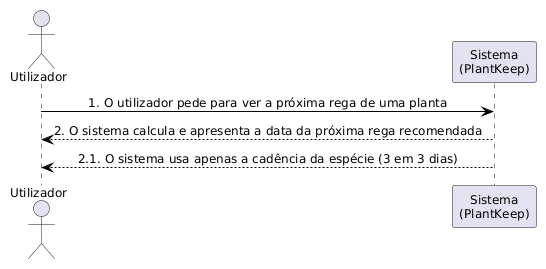
This is .docs/diagramas/SSDs/uc04.png from compaqle/DSSMV_ProjectDroid_1251486_1251506, a PlantUML export, as it was before one commit.
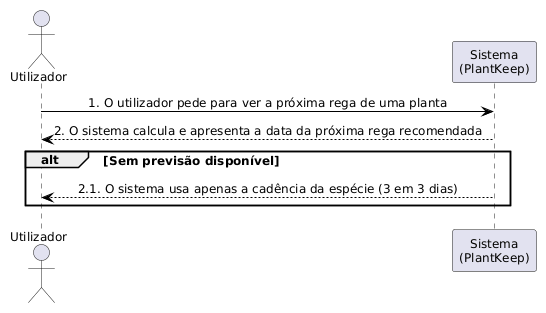
Later version of the same file.

The edit, as a diff of the source:
```diff
@@ -7,5 +7,7 @@
 participant "Sistema\n(PlantKeep)" as s
 u -> s : 1. O utilizador pede para ver a próxima rega de uma planta
 s --> u : 2. O sistema calcula e apresenta a data da próxima rega recomendada
-s --> u : 2.1. O sistema usa apenas a cadência da espécie (3 em 3 dias)
+alt Sem previsão disponível
+    s --> u : 2.1. O sistema usa apenas a cadência da espécie (3 em 3 dias)
+end
 @enduml
```
